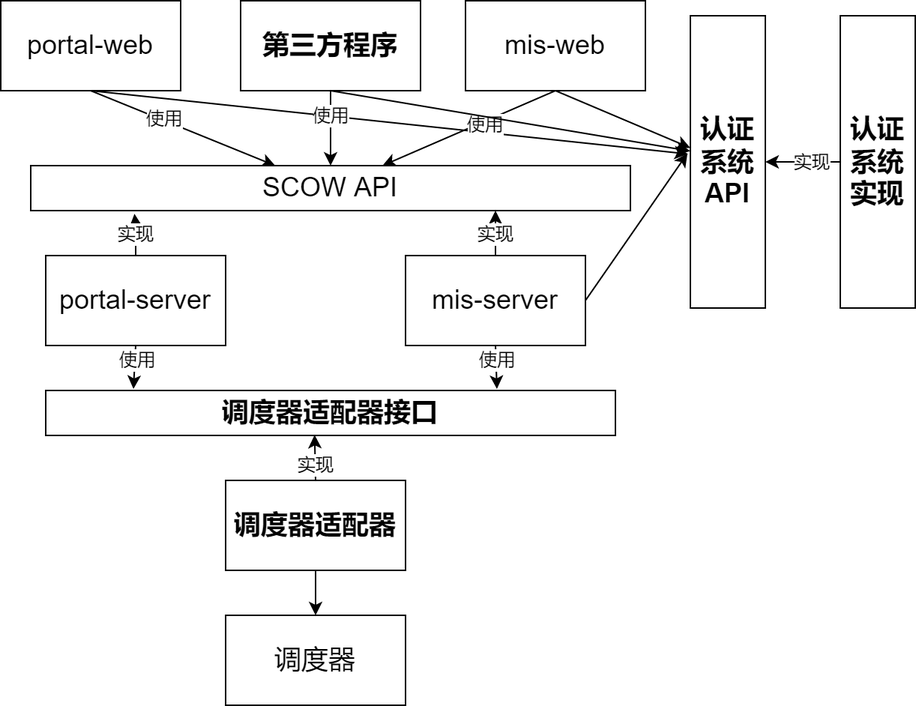
Before: docs/docs/integration/integration.png, a diagram exported from draw.io (PKUHPC/OpenSCOW). Source tidied: cells renumbered, new cells last; positions are measured from the earlier drawing's top-left corner, leaving out a move shared by most shapes. Source of this version:
```xml
<mxGraphModel>
  <root>
    <mxCell id="0" />
    <mxCell id="1" parent="0" />
    <mxCell id="2" style="edgeStyle=none;html=1;entryX=0.173;entryY=1.071;entryDx=0;entryDy=0;entryPerimeter=0;fontSize=12;" parent="1" edge="1" source="6" target="34">
      <mxGeometry relative="1" as="geometry">
        <Array as="points">
          <mxPoint x="90" y="150" />
        </Array>
      </mxGeometry>
    </mxCell>
    <mxCell id="3" value="实现" style="edgeLabel;html=1;align=center;verticalAlign=middle;fontSize=12;" parent="2" vertex="1">
      <mxGeometry x="0.09" y="1" relative="1" as="geometry" />
    </mxCell>
    <mxCell id="4" style="edgeStyle=none;html=1;exitX=0.5;exitY=1;exitDx=0;exitDy=0;entryX=0.154;entryY=-0.034;entryDx=0;entryDy=0;entryPerimeter=0;fontSize=12;" parent="1" edge="1" source="6" target="35">
      <mxGeometry relative="1" as="geometry" />
    </mxCell>
    <mxCell id="5" value="使用" style="edgeLabel;html=1;align=center;verticalAlign=middle;fontSize=12;" parent="4" vertex="1">
      <mxGeometry x="-0.36" y="1" relative="1" as="geometry" />
    </mxCell>
    <mxCell id="6" value="portal-server" style="rounded=0;whiteSpace=wrap;html=1;strokeColor=default;fontSize=18;fillColor=none;" parent="1" vertex="1">
      <mxGeometry x="30" y="170" width="120" height="60" as="geometry" />
    </mxCell>
    <mxCell id="7" style="edgeStyle=none;html=1;exitX=0.5;exitY=0;exitDx=0;exitDy=0;fontSize=12;" parent="1" edge="1" source="12">
      <mxGeometry relative="1" as="geometry">
        <mxPoint x="330" y="140" as="targetPoint" />
        <Array as="points">
          <mxPoint x="330" y="150" />
        </Array>
      </mxGeometry>
    </mxCell>
    <mxCell id="8" value="实现" style="edgeLabel;html=1;align=center;verticalAlign=middle;fontSize=12;" parent="7" vertex="1">
      <mxGeometry x="0.01" y="1" relative="1" as="geometry" />
    </mxCell>
    <mxCell id="9" style="edgeStyle=none;html=1;exitX=1;exitY=0.5;exitDx=0;exitDy=0;entryX=-0.039;entryY=0.471;entryDx=0;entryDy=0;entryPerimeter=0;fontSize=12;" parent="1" edge="1" source="12" target="33">
      <mxGeometry relative="1" as="geometry" />
    </mxCell>
    <mxCell id="10" style="edgeStyle=none;html=1;exitX=0.5;exitY=1;exitDx=0;exitDy=0;entryX=0.792;entryY=-0.034;entryDx=0;entryDy=0;entryPerimeter=0;fontSize=12;" parent="1" edge="1" source="12" target="35">
      <mxGeometry relative="1" as="geometry" />
    </mxCell>
    <mxCell id="11" value="使用" style="edgeLabel;html=1;align=center;verticalAlign=middle;fontSize=12;" parent="10" vertex="1">
      <mxGeometry x="-0.49" y="-1" relative="1" as="geometry">
        <mxPoint x="1" y="2" as="offset" />
      </mxGeometry>
    </mxCell>
    <mxCell id="12" value="mis-server" style="rounded=0;whiteSpace=wrap;html=1;strokeColor=default;fontSize=18;fillColor=none;" parent="1" vertex="1">
      <mxGeometry x="270" y="170" width="120" height="60" as="geometry" />
    </mxCell>
    <mxCell id="13" style="edgeStyle=none;html=1;exitX=0.5;exitY=1;exitDx=0;exitDy=0;fontSize=18;" parent="1" edge="1" source="16" target="34">
      <mxGeometry relative="1" as="geometry" />
    </mxCell>
    <mxCell id="14" value="使用" style="edgeLabel;html=1;align=center;verticalAlign=middle;fontSize=12;" parent="13" vertex="1">
      <mxGeometry x="-0.21" y="1" relative="1" as="geometry" />
    </mxCell>
    <mxCell id="15" style="edgeStyle=none;html=1;exitX=0.5;exitY=1;exitDx=0;exitDy=0;fontSize=12;entryX=-0.032;entryY=0.473;entryDx=0;entryDy=0;entryPerimeter=0;" parent="1" edge="1" source="16" target="33">
      <mxGeometry relative="1" as="geometry" />
    </mxCell>
    <mxCell id="16" value="portal-web" style="rounded=0;whiteSpace=wrap;html=1;strokeColor=default;fontSize=18;fillColor=none;" parent="1" vertex="1">
      <mxGeometry width="120" height="60" as="geometry" />
    </mxCell>
    <mxCell id="17" style="edgeStyle=none;html=1;exitX=0.5;exitY=1;exitDx=0;exitDy=0;fontSize=18;" parent="1" edge="1" source="20" target="34">
      <mxGeometry relative="1" as="geometry" />
    </mxCell>
    <mxCell id="18" value="使用" style="edgeLabel;html=1;align=center;verticalAlign=middle;fontSize=12;" parent="17" vertex="1">
      <mxGeometry x="-0.15" y="2" relative="1" as="geometry" />
    </mxCell>
    <mxCell id="19" style="edgeStyle=none;html=1;exitX=0.5;exitY=1;exitDx=0;exitDy=0;entryX=-0.001;entryY=0.452;entryDx=0;entryDy=0;entryPerimeter=0;fontSize=12;" parent="1" edge="1" source="20" target="33">
      <mxGeometry relative="1" as="geometry" />
    </mxCell>
    <mxCell id="20" value="mis-web" style="rounded=0;whiteSpace=wrap;html=1;strokeColor=default;fontSize=18;fillColor=none;" parent="1" vertex="1">
      <mxGeometry x="310" width="120" height="60" as="geometry" />
    </mxCell>
    <mxCell id="21" style="edgeStyle=none;html=1;exitX=0.5;exitY=1;exitDx=0;exitDy=0;entryX=0.5;entryY=0;entryDx=0;entryDy=0;fontSize=18;" parent="1" edge="1" source="24" target="34">
      <mxGeometry relative="1" as="geometry" />
    </mxCell>
    <mxCell id="22" value="使用" style="edgeLabel;html=1;align=center;verticalAlign=middle;fontSize=12;" parent="21" vertex="1">
      <mxGeometry x="-0.36" y="-1" relative="1" as="geometry" />
    </mxCell>
    <mxCell id="23" style="edgeStyle=none;html=1;exitX=0.5;exitY=1;exitDx=0;exitDy=0;fontSize=12;entryX=-0.002;entryY=0.463;entryDx=0;entryDy=0;entryPerimeter=0;" parent="1" edge="1" source="24" target="33">
      <mxGeometry relative="1" as="geometry" />
    </mxCell>
    <mxCell id="24" value="第三方程序" style="rounded=0;whiteSpace=wrap;html=1;strokeColor=default;fontSize=18;fillColor=none;fontStyle=1;" parent="1" vertex="1">
      <mxGeometry x="160" width="120" height="60" as="geometry" />
    </mxCell>
    <mxCell id="25" style="edgeStyle=none;html=1;entryX=0.5;entryY=0;entryDx=0;entryDy=0;fontSize=12;" parent="1" edge="1" source="28" target="29">
      <mxGeometry relative="1" as="geometry" />
    </mxCell>
    <mxCell id="26" style="edgeStyle=none;html=1;exitX=0.5;exitY=0;exitDx=0;exitDy=0;entryX=0.472;entryY=0.988;entryDx=0;entryDy=0;entryPerimeter=0;fontSize=12;" parent="1" edge="1" source="28" target="35">
      <mxGeometry relative="1" as="geometry" />
    </mxCell>
    <mxCell id="27" value="实现" style="edgeLabel;html=1;align=center;verticalAlign=middle;fontSize=12;" parent="26" vertex="1">
      <mxGeometry x="0.42" relative="1" as="geometry">
        <mxPoint y="11" as="offset" />
      </mxGeometry>
    </mxCell>
    <mxCell id="28" value="调度器适配器" style="rounded=0;whiteSpace=wrap;html=1;strokeColor=default;fontSize=18;fillColor=none;fontStyle=1;" parent="1" vertex="1">
      <mxGeometry x="150" y="320" width="120" height="60" as="geometry" />
    </mxCell>
    <mxCell id="29" value="调度器" style="rounded=0;whiteSpace=wrap;html=1;strokeColor=default;fontSize=18;fillColor=none;" parent="1" vertex="1">
      <mxGeometry x="150" y="410" width="120" height="60" as="geometry" />
    </mxCell>
    <mxCell id="30" style="edgeStyle=none;html=1;exitX=0;exitY=0.5;exitDx=0;exitDy=0;entryX=1;entryY=0.5;entryDx=0;entryDy=0;fontSize=12;" parent="1" edge="1" source="32" target="33">
      <mxGeometry relative="1" as="geometry" />
    </mxCell>
    <mxCell id="31" value="实现" style="edgeLabel;html=1;align=center;verticalAlign=middle;fontSize=12;" parent="30" vertex="1">
      <mxGeometry x="0.33" y="-3" relative="1" as="geometry">
        <mxPoint x="13" y="3" as="offset" />
      </mxGeometry>
    </mxCell>
    <mxCell id="32" value="认证系统&lt;br&gt;实现" style="rounded=0;whiteSpace=wrap;html=1;strokeColor=default;fontSize=18;fillColor=none;fontStyle=1;" parent="1" vertex="1">
      <mxGeometry x="560" y="10" width="50" height="195" as="geometry" />
    </mxCell>
    <mxCell id="33" value="认证系统API" style="rounded=0;whiteSpace=wrap;html=1;strokeColor=default;fontSize=18;fillColor=none;fontStyle=1;" parent="1" vertex="1">
      <mxGeometry x="460" y="10" width="50" height="195" as="geometry" />
    </mxCell>
    <mxCell id="34" value="SCOW API" style="rounded=0;whiteSpace=wrap;html=1;fontSize=18;" parent="1" vertex="1">
      <mxGeometry x="20" y="110" width="400" height="30" as="geometry" />
    </mxCell>
    <mxCell id="35" value="调度器适配器接口" style="rounded=0;whiteSpace=wrap;html=1;strokeColor=default;fontSize=18;fillColor=none;fontStyle=1;" parent="1" vertex="1">
      <mxGeometry x="30" y="260" width="380" height="30" as="geometry" />
    </mxCell>
  </root>
</mxGraphModel>
```
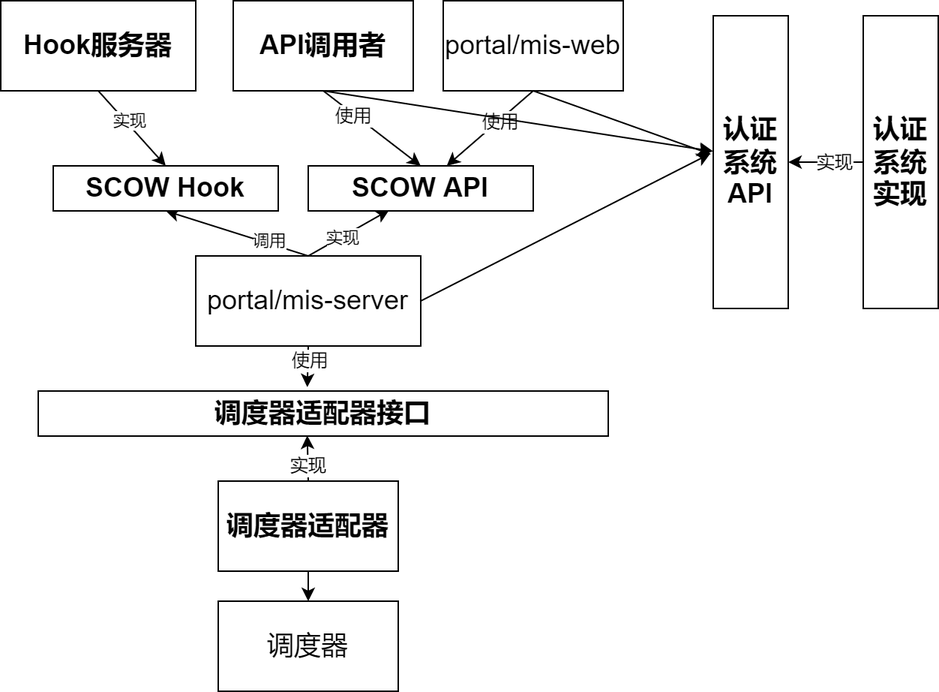
Above is the later version.

What changed in the source:
```diff
@@ -2,50 +2,32 @@
   <root>
     <mxCell id="0" />
     <mxCell id="1" parent="0" />
-    <mxCell id="2" style="edgeStyle=none;html=1;entryX=0.173;entryY=1.071;entryDx=0;entryDy=0;entryPerimeter=0;fontSize=12;" parent="1" edge="1" source="6" target="34">
-      <mxGeometry relative="1" as="geometry">
-        <Array as="points">
-          <mxPoint x="90" y="150" />
-        </Array>
-      </mxGeometry>
-    </mxCell>
-    <mxCell id="3" value="实现" style="edgeLabel;html=1;align=center;verticalAlign=middle;fontSize=12;" parent="2" vertex="1">
-      <mxGeometry x="0.09" y="1" relative="1" as="geometry" />
-    </mxCell>
-    <mxCell id="4" style="edgeStyle=none;html=1;exitX=0.5;exitY=1;exitDx=0;exitDy=0;entryX=0.154;entryY=-0.034;entryDx=0;entryDy=0;entryPerimeter=0;fontSize=12;" parent="1" edge="1" source="6" target="35">
+    <mxCell id="4" style="edgeStyle=none;html=1;exitX=0.5;exitY=1;exitDx=0;exitDy=0;entryX=0.472;entryY=-0.086;entryDx=0;entryDy=0;fontSize=12;entryPerimeter=0;" parent="1" edge="1" source="6" target="35">
       <mxGeometry relative="1" as="geometry" />
     </mxCell>
     <mxCell id="5" value="使用" style="edgeLabel;html=1;align=center;verticalAlign=middle;fontSize=12;" parent="4" vertex="1">
       <mxGeometry x="-0.36" y="1" relative="1" as="geometry" />
     </mxCell>
+    <mxCell id="2" style="edgeStyle=none;html=1;exitX=0.5;exitY=0;exitDx=0;exitDy=0;entryX=0.36;entryY=0.98;entryDx=0;entryDy=0;entryPerimeter=0;" parent="1" edge="1" source="6" target="34">
+      <mxGeometry relative="1" as="geometry" />
+    </mxCell>
+    <mxCell id="36" value="实现" style="edgeLabel;html=1;align=center;verticalAlign=middle;" parent="2" vertex="1">
+      <mxGeometry x="-0.17" relative="1" as="geometry" />
+    </mxCell>
+    <mxCell id="37" style="edgeStyle=none;html=1;exitX=0.5;exitY=0;exitDx=0;exitDy=0;entryX=0.5;entryY=1;entryDx=0;entryDy=0;" parent="1" edge="1" source="6" target="39">
+      <mxGeometry relative="1" as="geometry" />
+    </mxCell>
+    <mxCell id="38" value="调用" style="edgeLabel;html=1;align=center;verticalAlign=middle;" parent="37" vertex="1">
+      <mxGeometry x="-0.27" relative="1" as="geometry">
+        <mxPoint x="8" as="offset" />
+      </mxGeometry>
+    </mxCell>
-    <mxCell id="6" value="portal-server" style="rounded=0;whiteSpace=wrap;html=1;strokeColor=default;fontSize=18;fillColor=none;" parent="1" vertex="1">
-      <mxGeometry x="30" y="170" width="120" height="60" as="geometry" />
+    <mxCell id="6" value="portal/mis-server" style="rounded=0;whiteSpace=wrap;html=1;strokeColor=default;fontSize=18;fillColor=none;" parent="1" vertex="1">
+      <mxGeometry x="135" y="170" width="150" height="60" as="geometry" />
     </mxCell>
-    <mxCell id="7" style="edgeStyle=none;html=1;exitX=0.5;exitY=0;exitDx=0;exitDy=0;fontSize=12;" parent="1" edge="1" source="12">
-      <mxGeometry relative="1" as="geometry">
-        <mxPoint x="330" y="140" as="targetPoint" />
-        <Array as="points">
-          <mxPoint x="330" y="150" />
-        </Array>
-      </mxGeometry>
-    </mxCell>
-    <mxCell id="8" value="实现" style="edgeLabel;html=1;align=center;verticalAlign=middle;fontSize=12;" parent="7" vertex="1">
-      <mxGeometry x="0.01" y="1" relative="1" as="geometry" />
-    </mxCell>
-    <mxCell id="9" style="edgeStyle=none;html=1;exitX=1;exitY=0.5;exitDx=0;exitDy=0;entryX=-0.039;entryY=0.471;entryDx=0;entryDy=0;entryPerimeter=0;fontSize=12;" parent="1" edge="1" source="12" target="33">
+    <mxCell id="9" style="edgeStyle=none;html=1;exitX=1;exitY=0.5;exitDx=0;exitDy=0;entryX=-0.039;entryY=0.471;entryDx=0;entryDy=0;entryPerimeter=0;fontSize=12;" parent="1" edge="1" source="6" target="33">
       <mxGeometry relative="1" as="geometry" />
     </mxCell>
-    <mxCell id="10" style="edgeStyle=none;html=1;exitX=0.5;exitY=1;exitDx=0;exitDy=0;entryX=0.792;entryY=-0.034;entryDx=0;entryDy=0;entryPerimeter=0;fontSize=12;" parent="1" edge="1" source="12" target="35">
-      <mxGeometry relative="1" as="geometry" />
-    </mxCell>
-    <mxCell id="11" value="使用" style="edgeLabel;html=1;align=center;verticalAlign=middle;fontSize=12;" parent="10" vertex="1">
-      <mxGeometry x="-0.49" y="-1" relative="1" as="geometry">
-        <mxPoint x="1" y="2" as="offset" />
-      </mxGeometry>
-    </mxCell>
-    <mxCell id="12" value="mis-server" style="rounded=0;whiteSpace=wrap;html=1;strokeColor=default;fontSize=18;fillColor=none;" parent="1" vertex="1">
-      <mxGeometry x="270" y="170" width="120" height="60" as="geometry" />
-    </mxCell>
     <mxCell id="13" style="edgeStyle=none;html=1;exitX=0.5;exitY=1;exitDx=0;exitDy=0;fontSize=18;" parent="1" edge="1" source="16" target="34">
       <mxGeometry relative="1" as="geometry" />
     </mxCell>
@@ -55,21 +37,9 @@
     <mxCell id="15" style="edgeStyle=none;html=1;exitX=0.5;exitY=1;exitDx=0;exitDy=0;fontSize=12;entryX=-0.032;entryY=0.473;entryDx=0;entryDy=0;entryPerimeter=0;" parent="1" edge="1" source="16" target="33">
       <mxGeometry relative="1" as="geometry" />
     </mxCell>
-    <mxCell id="16" value="portal-web" style="rounded=0;whiteSpace=wrap;html=1;strokeColor=default;fontSize=18;fillColor=none;" parent="1" vertex="1">
-      <mxGeometry width="120" height="60" as="geometry" />
+    <mxCell id="16" value="portal/mis-web" style="rounded=0;whiteSpace=wrap;html=1;strokeColor=default;fontSize=18;fillColor=none;" parent="1" vertex="1">
+      <mxGeometry x="300" width="120" height="60" as="geometry" />
     </mxCell>
-    <mxCell id="17" style="edgeStyle=none;html=1;exitX=0.5;exitY=1;exitDx=0;exitDy=0;fontSize=18;" parent="1" edge="1" source="20" target="34">
-      <mxGeometry relative="1" as="geometry" />
-    </mxCell>
-    <mxCell id="18" value="使用" style="edgeLabel;html=1;align=center;verticalAlign=middle;fontSize=12;" parent="17" vertex="1">
-      <mxGeometry x="-0.15" y="2" relative="1" as="geometry" />
-    </mxCell>
-    <mxCell id="19" style="edgeStyle=none;html=1;exitX=0.5;exitY=1;exitDx=0;exitDy=0;entryX=-0.001;entryY=0.452;entryDx=0;entryDy=0;entryPerimeter=0;fontSize=12;" parent="1" edge="1" source="20" target="33">
-      <mxGeometry relative="1" as="geometry" />
-    </mxCell>
-    <mxCell id="20" value="mis-web" style="rounded=0;whiteSpace=wrap;html=1;strokeColor=default;fontSize=18;fillColor=none;" parent="1" vertex="1">
-      <mxGeometry x="310" width="120" height="60" as="geometry" />
-    </mxCell>
     <mxCell id="21" style="edgeStyle=none;html=1;exitX=0.5;exitY=1;exitDx=0;exitDy=0;entryX=0.5;entryY=0;entryDx=0;entryDy=0;fontSize=18;" parent="1" edge="1" source="24" target="34">
       <mxGeometry relative="1" as="geometry" />
     </mxCell>
@@ -79,7 +49,7 @@
     <mxCell id="23" style="edgeStyle=none;html=1;exitX=0.5;exitY=1;exitDx=0;exitDy=0;fontSize=12;entryX=-0.002;entryY=0.463;entryDx=0;entryDy=0;entryPerimeter=0;" parent="1" edge="1" source="24" target="33">
       <mxGeometry relative="1" as="geometry" />
     </mxCell>
-    <mxCell id="24" value="第三方程序" style="rounded=0;whiteSpace=wrap;html=1;strokeColor=default;fontSize=18;fillColor=none;fontStyle=1;" parent="1" vertex="1">
+    <mxCell id="24" value="API调用者" style="rounded=0;whiteSpace=wrap;html=1;strokeColor=default;fontSize=18;fillColor=none;fontStyle=1;" parent="1" vertex="1">
       <mxGeometry x="160" width="120" height="60" as="geometry" />
     </mxCell>
     <mxCell id="25" style="edgeStyle=none;html=1;entryX=0.5;entryY=0;entryDx=0;entryDy=0;fontSize=12;" parent="1" edge="1" source="28" target="29">
@@ -97,7 +67,7 @@
       <mxGeometry x="150" y="320" width="120" height="60" as="geometry" />
     </mxCell>
     <mxCell id="29" value="调度器" style="rounded=0;whiteSpace=wrap;html=1;strokeColor=default;fontSize=18;fillColor=none;" parent="1" vertex="1">
-      <mxGeometry x="150" y="410" width="120" height="60" as="geometry" />
+      <mxGeometry x="150" y="400" width="120" height="60" as="geometry" />
     </mxCell>
     <mxCell id="30" style="edgeStyle=none;html=1;exitX=0;exitY=0.5;exitDx=0;exitDy=0;entryX=1;entryY=0.5;entryDx=0;entryDy=0;fontSize=12;" parent="1" edge="1" source="32" target="33">
       <mxGeometry relative="1" as="geometry" />
@@ -108,16 +78,30 @@
       </mxGeometry>
     </mxCell>
     <mxCell id="32" value="认证系统&lt;br&gt;实现" style="rounded=0;whiteSpace=wrap;html=1;strokeColor=default;fontSize=18;fillColor=none;fontStyle=1;" parent="1" vertex="1">
-      <mxGeometry x="560" y="10" width="50" height="195" as="geometry" />
+      <mxGeometry x="580" y="10" width="50" height="195" as="geometry" />
     </mxCell>
     <mxCell id="33" value="认证系统API" style="rounded=0;whiteSpace=wrap;html=1;strokeColor=default;fontSize=18;fillColor=none;fontStyle=1;" parent="1" vertex="1">
-      <mxGeometry x="460" y="10" width="50" height="195" as="geometry" />
+      <mxGeometry x="480" y="10" width="50" height="195" as="geometry" />
     </mxCell>
-    <mxCell id="34" value="SCOW API" style="rounded=0;whiteSpace=wrap;html=1;fontSize=18;" parent="1" vertex="1">
-      <mxGeometry x="20" y="110" width="400" height="30" as="geometry" />
+    <mxCell id="34" value="SCOW API" style="rounded=0;whiteSpace=wrap;html=1;fontSize=18;fontStyle=1;" parent="1" vertex="1">
+      <mxGeometry x="210" y="110" width="150" height="30" as="geometry" />
     </mxCell>
     <mxCell id="35" value="调度器适配器接口" style="rounded=0;whiteSpace=wrap;html=1;strokeColor=default;fontSize=18;fillColor=none;fontStyle=1;" parent="1" vertex="1">
       <mxGeometry x="30" y="260" width="380" height="30" as="geometry" />
     </mxCell>
+    <mxCell id="39" value="SCOW Hook" style="rounded=0;whiteSpace=wrap;html=1;fontSize=18;fontStyle=1;" parent="1" vertex="1">
+      <mxGeometry x="40" y="110" width="150" height="30" as="geometry" />
+    </mxCell>
+    <mxCell id="40" style="edgeStyle=none;html=1;exitX=0.5;exitY=1;exitDx=0;exitDy=0;entryX=0.5;entryY=0;entryDx=0;entryDy=0;" parent="1" edge="1" source="42" target="39">
+      <mxGeometry relative="1" as="geometry" />
+    </mxCell>
+    <mxCell id="41" value="实现" style="edgeLabel;html=1;align=center;verticalAlign=middle;" parent="40" vertex="1">
+      <mxGeometry x="-0.26" y="-3" relative="1" as="geometry">
+        <mxPoint x="6" y="-1" as="offset" />
+      </mxGeometry>
+    </mxCell>
+    <mxCell id="42" value="Hook服务器" style="rounded=0;whiteSpace=wrap;html=1;strokeColor=default;fontSize=18;fillColor=none;fontStyle=1;" parent="1" vertex="1">
+      <mxGeometry x="5" width="130" height="60" as="geometry" />
+    </mxCell>
   </root>
 </mxGraphModel>
```
